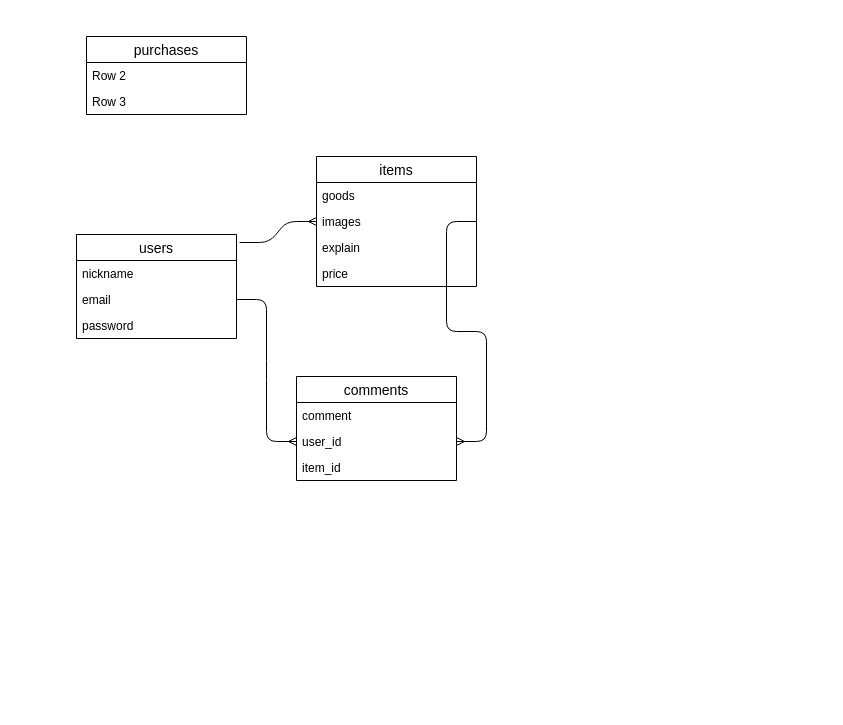
The draw.io diagram ER図/furuma-29752.dio in hiro7778/furima-29752, before the edit. Source tidied: cells renumbered, new cells numbered last; positions are measured from the earlier drawing's top-left corner, leaving out a move shared by most shapes. Both pictures are drawn from the tidied source at 100%, with x=0, y=0 at pixel (76, 36).
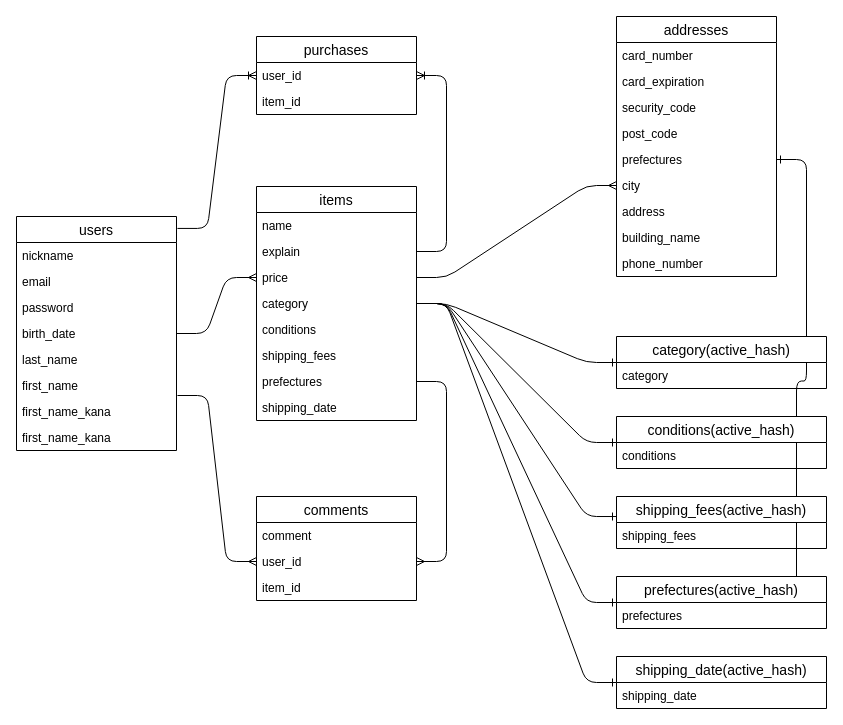
Above is the later version.

Unchanged cells that the change refers to:
```xml
<mxCell id="7" value="user_id" style="text;strokeColor=none;fillColor=none;spacingLeft=4;spacingRight=4;overflow=hidden;points=[[0,0.5],[1,0.5]];portConstraint=eastwest;fontSize=12;" parent="5" vertex="1">
  <mxGeometry y="52" width="160" height="26" as="geometry" />
</mxCell>
```

Change to the diagram source:
```diff
@@
-    <mxCell id="2" style="edgeStyle=entityRelationEdgeStyle;fontSize=12;html=1;endArrow=ERmany;exitX=1.019;exitY=0.077;exitDx=0;exitDy=0;exitPerimeter=0;entryX=0;entryY=0.5;entryDx=0;entryDy=0;" parent="1" edge="1" source="14" target="11">
+    <mxCell id="2" style="edgeStyle=entityRelationEdgeStyle;fontSize=12;html=1;endArrow=ERmany;exitX=1;exitY=0.5;exitDx=0;exitDy=0;entryX=0;entryY=0.5;entryDx=0;entryDy=0;" parent="1" edge="1" source="50" target="13">
       <mxGeometry relative="1" as="geometry" />
     </mxCell>
-    <mxCell id="3" style="edgeStyle=entityRelationEdgeStyle;fontSize=12;html=1;endArrow=ERmany;entryX=0;entryY=0.5;entryDx=0;entryDy=0;exitX=1;exitY=0.5;exitDx=0;exitDy=0;" parent="1" edge="1" source="16" target="7">
+    <mxCell id="3" style="edgeStyle=entityRelationEdgeStyle;fontSize=12;html=1;endArrow=ERmany;entryX=0;entryY=0.5;entryDx=0;entryDy=0;exitX=1.006;exitY=-0.115;exitDx=0;exitDy=0;exitPerimeter=0;" parent="1" edge="1" source="53" target="7">
       <mxGeometry relative="1" as="geometry" />
     </mxCell>
-    <mxCell id="4" style="edgeStyle=entityRelationEdgeStyle;fontSize=12;html=1;endArrow=ERmany;exitX=1;exitY=0.5;exitDx=0;exitDy=0;" parent="1" edge="1" source="11" target="7">
+    <mxCell id="4" style="edgeStyle=entityRelationEdgeStyle;fontSize=12;html=1;endArrow=ERmany;exitX=1;exitY=0.5;exitDx=0;exitDy=0;" parent="1" edge="1" source="58" target="7">
       <mxGeometry relative="1" as="geometry" />
     </mxCell>
+    <mxCell id="21" style="edgeStyle=entityRelationEdgeStyle;fontSize=12;html=1;endArrow=ERone;endFill=1;entryX=0;entryY=0.5;entryDx=0;entryDy=0;exitX=1;exitY=0.5;exitDx=0;exitDy=0;" parent="1" edge="1" source="55" target="37">
+      <mxGeometry relative="1" as="geometry" />
+    </mxCell>
+    <mxCell id="22" style="edgeStyle=entityRelationEdgeStyle;fontSize=12;html=1;endArrow=ERone;endFill=1;entryX=0;entryY=0.5;entryDx=0;entryDy=0;exitX=1;exitY=0.5;exitDx=0;exitDy=0;" parent="1" edge="1" source="55" target="35">
+      <mxGeometry relative="1" as="geometry" />
+    </mxCell>
+    <mxCell id="23" style="edgeStyle=entityRelationEdgeStyle;fontSize=12;html=1;endArrow=ERone;endFill=1;entryX=0;entryY=0.385;entryDx=0;entryDy=0;entryPerimeter=0;exitX=1;exitY=0.5;exitDx=0;exitDy=0;" parent="1" edge="1" source="55" target="33">
+      <mxGeometry relative="1" as="geometry" />
+    </mxCell>
+    <mxCell id="24" style="edgeStyle=entityRelationEdgeStyle;fontSize=12;html=1;endArrow=ERone;endFill=1;entryX=0;entryY=0.5;entryDx=0;entryDy=0;exitX=1;exitY=0.5;exitDx=0;exitDy=0;" parent="1" edge="1" source="55" target="31">
+      <mxGeometry relative="1" as="geometry" />
+    </mxCell>
+    <mxCell id="25" style="edgeStyle=entityRelationEdgeStyle;fontSize=12;html=1;endArrow=ERone;endFill=1;entryX=0;entryY=0.5;entryDx=0;entryDy=0;exitX=1;exitY=0.5;exitDx=0;exitDy=0;" parent="1" edge="1" source="55" target="29">
+      <mxGeometry relative="1" as="geometry" />
+    </mxCell>
+    <mxCell id="26" style="edgeStyle=entityRelationEdgeStyle;fontSize=12;html=1;endArrow=ERone;endFill=1;exitX=1;exitY=0.5;exitDx=0;exitDy=0;" parent="1" edge="1" source="31" target="44">
+      <mxGeometry relative="1" as="geometry" />
+    </mxCell>
+    <mxCell id="27" style="edgeStyle=entityRelationEdgeStyle;fontSize=12;html=1;endArrow=ERmany;exitX=1;exitY=0.5;exitDx=0;exitDy=0;entryX=0;entryY=0.5;entryDx=0;entryDy=0;" parent="1" edge="1" source="13" target="45">
+      <mxGeometry relative="1" as="geometry" />
+    </mxCell>
+    <mxCell id="28" style="edgeStyle=entityRelationEdgeStyle;fontSize=12;html=1;endArrow=ERoneToMany;exitX=1;exitY=0.5;exitDx=0;exitDy=0;" parent="1" edge="1" source="12" target="19">
+      <mxGeometry relative="1" as="geometry" />
+    </mxCell>
+    <mxCell id="18" value="purchases" style="swimlane;fontStyle=0;horizontal=1;startSize=26;align=center;fontSize=14;" parent="1" vertex="1">
+      <mxGeometry x="180" width="160" height="78" as="geometry" />
+    </mxCell>
+    <mxCell id="19" value="user_id" style="text;strokeColor=none;fillColor=none;spacingLeft=4;spacingRight=4;overflow=hidden;points=[[0,0.5],[1,0.5]];portConstraint=eastwest;fontSize=12;" parent="18" vertex="1">
+      <mxGeometry y="26" width="160" height="26" as="geometry" />
+    </mxCell>
+    <mxCell id="20" value="item_id" style="text;strokeColor=none;fillColor=none;spacingLeft=4;spacingRight=4;overflow=hidden;fontSize=12;" parent="18" vertex="1">
+      <mxGeometry y="52" width="160" height="26" as="geometry" />
+    </mxCell>
+    <mxCell id="29" value="shipping_date(active_hash)" style="swimlane;fontStyle=0;horizontal=1;startSize=26;align=center;fontSize=14;" parent="1" vertex="1">
+      <mxGeometry x="540" y="620" width="210" height="52" as="geometry" />
+    </mxCell>
+    <mxCell id="30" value="shipping_date" style="text;strokeColor=none;fillColor=none;spacingLeft=4;spacingRight=4;overflow=hidden;fontSize=12;" parent="29" vertex="1">
+      <mxGeometry y="26" width="210" height="26" as="geometry" />
+    </mxCell>
+    <mxCell id="31" value="prefectures(active_hash)" style="swimlane;fontStyle=0;horizontal=1;startSize=26;align=center;fontSize=14;" parent="1" vertex="1">
+      <mxGeometry x="540" y="540" width="210" height="52" as="geometry" />
+    </mxCell>
+    <mxCell id="32" value="prefectures" style="text;strokeColor=none;fillColor=none;spacingLeft=4;spacingRight=4;overflow=hidden;fontSize=12;" parent="31" vertex="1">
+      <mxGeometry y="26" width="210" height="26" as="geometry" />
+    </mxCell>
+    <mxCell id="33" value="shipping_fees(active_hash)" style="swimlane;fontStyle=0;horizontal=1;startSize=26;align=center;fontSize=14;" parent="1" vertex="1">
+      <mxGeometry x="540" y="460" width="210" height="52" as="geometry" />
+    </mxCell>
+    <mxCell id="34" value="shipping_fees" style="text;strokeColor=none;fillColor=none;spacingLeft=4;spacingRight=4;overflow=hidden;fontSize=12;" parent="33" vertex="1">
+      <mxGeometry y="26" width="210" height="26" as="geometry" />
+    </mxCell>
+    <mxCell id="35" value="conditions(active_hash)" style="swimlane;fontStyle=0;horizontal=1;startSize=26;align=center;fontSize=14;" parent="1" vertex="1">
+      <mxGeometry x="540" y="380" width="210" height="52" as="geometry" />
+    </mxCell>
+    <mxCell id="36" value="conditions" style="text;strokeColor=none;fillColor=none;spacingLeft=4;spacingRight=4;overflow=hidden;fontSize=12;" parent="35" vertex="1">
+      <mxGeometry y="26" width="210" height="26" as="geometry" />
+    </mxCell>
+    <mxCell id="37" value="category(active_hash)" style="swimlane;fontStyle=0;horizontal=1;startSize=26;align=center;fontSize=14;" parent="1" vertex="1">
+      <mxGeometry x="540" y="300" width="210" height="52" as="geometry" />
+    </mxCell>
+    <mxCell id="38" value="category" style="text;strokeColor=none;fillColor=none;spacingLeft=4;spacingRight=4;overflow=hidden;fontSize=12;" parent="37" vertex="1">
+      <mxGeometry y="26" width="210" height="26" as="geometry" />
+    </mxCell>
+    <mxCell id="39" value="addresses" style="swimlane;fontStyle=0;horizontal=1;startSize=26;align=center;fontSize=14;" parent="1" vertex="1">
+      <mxGeometry x="540" y="-20" width="160" height="260" as="geometry" />
+    </mxCell>
+    <mxCell id="40" value="card_number" style="text;strokeColor=none;fillColor=none;spacingLeft=4;spacingRight=4;overflow=hidden;fontSize=12;" parent="39" vertex="1">
+      <mxGeometry y="26" width="160" height="26" as="geometry" />
+    </mxCell>
+    <mxCell id="41" value="card_expiration" style="text;strokeColor=none;fillColor=none;spacingLeft=4;spacingRight=4;overflow=hidden;fontSize=12;" parent="39" vertex="1">
+      <mxGeometry y="52" width="160" height="26" as="geometry" />
+    </mxCell>
+    <mxCell id="42" value="security_code" style="text;strokeColor=none;fillColor=none;spacingLeft=4;spacingRight=4;overflow=hidden;fontSize=12;" parent="39" vertex="1">
+      <mxGeometry y="78" width="160" height="26" as="geometry" />
+    </mxCell>
+    <mxCell id="43" value="post_code" style="text;strokeColor=none;fillColor=none;spacingLeft=4;spacingRight=4;overflow=hidden;fontSize=12;" parent="39" vertex="1">
+      <mxGeometry y="104" width="160" height="26" as="geometry" />
+    </mxCell>
+    <mxCell id="44" value="prefectures" style="text;strokeColor=none;fillColor=none;spacingLeft=4;spacingRight=4;overflow=hidden;points=[[0,0.5],[1,0.5]];portConstraint=eastwest;fontSize=12;" parent="39" vertex="1">
+      <mxGeometry y="130" width="160" height="26" as="geometry" />
+    </mxCell>
+    <mxCell id="45" value="city" style="text;strokeColor=none;fillColor=none;spacingLeft=4;spacingRight=4;overflow=hidden;points=[[0,0.5],[1,0.5]];portConstraint=eastwest;fontSize=12;" parent="39" vertex="1">
+      <mxGeometry y="156" width="160" height="26" as="geometry" />
+    </mxCell>
+    <mxCell id="46" value="address" style="text;strokeColor=none;fillColor=none;spacingLeft=4;spacingRight=4;overflow=hidden;fontSize=12;" parent="39" vertex="1">
+      <mxGeometry y="182" width="160" height="26" as="geometry" />
+    </mxCell>
+    <mxCell id="47" value="building_name" style="text;strokeColor=none;fillColor=none;spacingLeft=4;spacingRight=4;overflow=hidden;fontSize=12;" parent="39" vertex="1">
+      <mxGeometry y="208" width="160" height="26" as="geometry" />
+    </mxCell>
+    <mxCell id="48" value="phone_number" style="text;strokeColor=none;fillColor=none;spacingLeft=4;spacingRight=4;overflow=hidden;fontSize=12;" parent="39" vertex="1">
+      <mxGeometry y="234" width="160" height="26" as="geometry" />
+    </mxCell>
+    <mxCell id="49" style="edgeStyle=entityRelationEdgeStyle;fontSize=12;html=1;endArrow=ERoneToMany;entryX=0;entryY=0.5;entryDx=0;entryDy=0;exitX=1.006;exitY=0.051;exitDx=0;exitDy=0;exitPerimeter=0;" parent="1" edge="1" source="14" target="19">
+      <mxGeometry relative="1" as="geometry" />
+    </mxCell>
+    <mxCell id="14" value="users" style="swimlane;fontStyle=0;horizontal=1;startSize=26;align=center;fontSize=14;" parent="1" vertex="1">
+      <mxGeometry x="-60" y="180" width="160" height="234" as="geometry" />
+    </mxCell>
+    <mxCell id="15" value="nickname" style="text;strokeColor=none;fillColor=none;spacingLeft=4;spacingRight=4;overflow=hidden;fontSize=12;" parent="14" vertex="1">
+      <mxGeometry y="26" width="160" height="26" as="geometry" />
+    </mxCell>
+    <mxCell id="16" value="email" style="text;strokeColor=none;fillColor=none;spacingLeft=4;spacingRight=4;overflow=hidden;points=[[0,0.5],[1,0.5]];portConstraint=eastwest;fontSize=12;" parent="14" vertex="1">
+      <mxGeometry y="52" width="160" height="26" as="geometry" />
+    </mxCell>
+    <mxCell id="17" value="password" style="text;strokeColor=none;fillColor=none;spacingLeft=4;spacingRight=4;overflow=hidden;fontSize=12;" parent="14" vertex="1">
+      <mxGeometry y="78" width="160" height="26" as="geometry" />
+    </mxCell>
+    <mxCell id="50" value="birth_date" style="text;strokeColor=none;fillColor=none;spacingLeft=4;spacingRight=4;overflow=hidden;points=[[0,0.5],[1,0.5]];portConstraint=eastwest;fontSize=12;" parent="14" vertex="1">
+      <mxGeometry y="104" width="160" height="26" as="geometry" />
+    </mxCell>
+    <mxCell id="51" value="last_name" style="text;strokeColor=none;fillColor=none;spacingLeft=4;spacingRight=4;overflow=hidden;fontSize=12;" parent="14" vertex="1">
+      <mxGeometry y="130" width="160" height="26" as="geometry" />
+    </mxCell>
+    <mxCell id="52" value="first_name" style="text;strokeColor=none;fillColor=none;spacingLeft=4;spacingRight=4;overflow=hidden;fontSize=12;" parent="14" vertex="1">
+      <mxGeometry y="156" width="160" height="26" as="geometry" />
+    </mxCell>
+    <mxCell id="53" value="first_name_kana" style="text;strokeColor=none;fillColor=none;spacingLeft=4;spacingRight=4;overflow=hidden;points=[[0,0.5],[1,0.5]];portConstraint=eastwest;fontSize=12;" parent="14" vertex="1">
+      <mxGeometry y="182" width="160" height="26" as="geometry" />
+    </mxCell>
+    <mxCell id="54" value="first_name_kana" style="text;strokeColor=none;fillColor=none;spacingLeft=4;spacingRight=4;overflow=hidden;fontSize=12;" parent="14" vertex="1">
+      <mxGeometry y="208" width="160" height="26" as="geometry" />
+    </mxCell>
     <mxCell id="5" value="comments" style="swimlane;fontStyle=0;horizontal=1;startSize=26;align=center;fontSize=14;" parent="1" vertex="1">
-      <mxGeometry x="220" y="340" width="160" height="104" as="geometry" />
+      <mxGeometry x="180" y="460" width="160" height="104" as="geometry" />
     </mxCell>
@@
     <mxCell id="9" value="items" style="swimlane;fontStyle=0;horizontal=1;startSize=26;align=center;fontSize=14;" parent="1" vertex="1">
-      <mxGeometry x="240" y="120" width="160" height="130" as="geometry" />
+      <mxGeometry x="180" y="150" width="160" height="234" as="geometry" />
     </mxCell>
-    <mxCell id="10" value="goods" style="text;strokeColor=none;fillColor=none;spacingLeft=4;spacingRight=4;overflow=hidden;fontSize=12;" parent="9" vertex="1">
+    <mxCell id="10" value="name" style="text;strokeColor=none;fillColor=none;spacingLeft=4;spacingRight=4;overflow=hidden;fontSize=12;" parent="9" vertex="1">
       <mxGeometry y="26" width="160" height="26" as="geometry" />
     </mxCell>
-    <mxCell id="11" value="images" style="text;strokeColor=none;fillColor=none;spacingLeft=4;spacingRight=4;overflow=hidden;points=[[0,0.5],[1,0.5]];portConstraint=eastwest;fontSize=12;" parent="9" vertex="1">
-      <mxGeometry y="52" width="160" height="26" as="geometry" />
-    </mxCell>
     <mxCell id="12" value="explain" style="text;strokeColor=none;fillColor=none;spacingLeft=4;spacingRight=4;overflow=hidden;points=[[0,0.5],[1,0.5]];portConstraint=eastwest;fontSize=12;" parent="9" vertex="1">
-      <mxGeometry y="78" width="160" height="26" as="geometry" />
+      <mxGeometry y="52" width="160" height="26" as="geometry" />
     </mxCell>
     <mxCell id="13" value="price" style="text;strokeColor=none;fillColor=none;spacingLeft=4;spacingRight=4;overflow=hidden;points=[[0,0.5],[1,0.5]];portConstraint=eastwest;fontSize=12;" parent="9" vertex="1">
-      <mxGeometry y="104" width="160" height="26" as="geometry" />
+      <mxGeometry y="78" width="160" height="26" as="geometry" />
     </mxCell>
-    <mxCell id="14" value="users" style="swimlane;fontStyle=0;horizontal=1;startSize=26;align=center;fontSize=14;" parent="1" vertex="1">
-      <mxGeometry y="198" width="160" height="104" as="geometry" />
-    </mxCell>
-    <mxCell id="15" value="nickname" style="text;strokeColor=none;fillColor=none;spacingLeft=4;spacingRight=4;overflow=hidden;fontSize=12;" parent="14" vertex="1">
-      <mxGeometry y="26" width="160" height="26" as="geometry" />
-    </mxCell>
-    <mxCell id="16" value="email" style="text;strokeColor=none;fillColor=none;spacingLeft=4;spacingRight=4;overflow=hidden;points=[[0,0.5],[1,0.5]];portConstraint=eastwest;fontSize=12;" parent="14" vertex="1">
-      <mxGeometry y="52" width="160" height="26" as="geometry" />
-    </mxCell>
-    <mxCell id="17" value="password" style="text;strokeColor=none;fillColor=none;spacingLeft=4;spacingRight=4;overflow=hidden;fontSize=12;" parent="14" vertex="1">
-      <mxGeometry y="78" width="160" height="26" as="geometry" />
-    </mxCell>
-    <mxCell id="18" value="purchases" style="swimlane;fontStyle=0;horizontal=1;startSize=26;align=center;fontSize=14;" parent="1" vertex="1">
-      <mxGeometry x="10" width="160" height="78" as="geometry" />
-    </mxCell>
-    <mxCell id="19" value="Row 2" style="text;strokeColor=none;fillColor=none;spacingLeft=4;spacingRight=4;overflow=hidden;points=[[0,0.5],[1,0.5]];portConstraint=eastwest;fontSize=12;" parent="18" vertex="1">
-      <mxGeometry y="26" width="160" height="26" as="geometry" />
-    </mxCell>
-    <mxCell id="20" value="Row 3" style="text;strokeColor=none;fillColor=none;spacingLeft=4;spacingRight=4;overflow=hidden;fontSize=12;" parent="18" vertex="1">
-      <mxGeometry y="52" width="160" height="26" as="geometry" />
-    </mxCell>
+    <mxCell id="55" value="category" style="text;strokeColor=none;fillColor=none;spacingLeft=4;spacingRight=4;overflow=hidden;points=[[0,0.5],[1,0.5]];portConstraint=eastwest;fontSize=12;" parent="9" vertex="1">
+      <mxGeometry y="104" width="160" height="26" as="geometry" />
+    </mxCell>
+    <mxCell id="56" value="conditions" style="text;strokeColor=none;fillColor=none;spacingLeft=4;spacingRight=4;overflow=hidden;fontSize=12;" parent="9" vertex="1">
+      <mxGeometry y="130" width="160" height="26" as="geometry" />
+    </mxCell>
+    <mxCell id="57" value="shipping_fees" style="text;strokeColor=none;fillColor=none;spacingLeft=4;spacingRight=4;overflow=hidden;fontSize=12;" parent="9" vertex="1">
+      <mxGeometry y="156" width="160" height="26" as="geometry" />
+    </mxCell>
+    <mxCell id="58" value="prefectures" style="text;strokeColor=none;fillColor=none;spacingLeft=4;spacingRight=4;overflow=hidden;points=[[0,0.5],[1,0.5]];portConstraint=eastwest;fontSize=12;" parent="9" vertex="1">
+      <mxGeometry y="182" width="160" height="26" as="geometry" />
+    </mxCell>
+    <mxCell id="59" value="shipping_date" style="text;strokeColor=none;fillColor=none;spacingLeft=4;spacingRight=4;overflow=hidden;fontSize=12;" parent="9" vertex="1">
+      <mxGeometry y="208" width="160" height="26" as="geometry" />
+    </mxCell>
```
